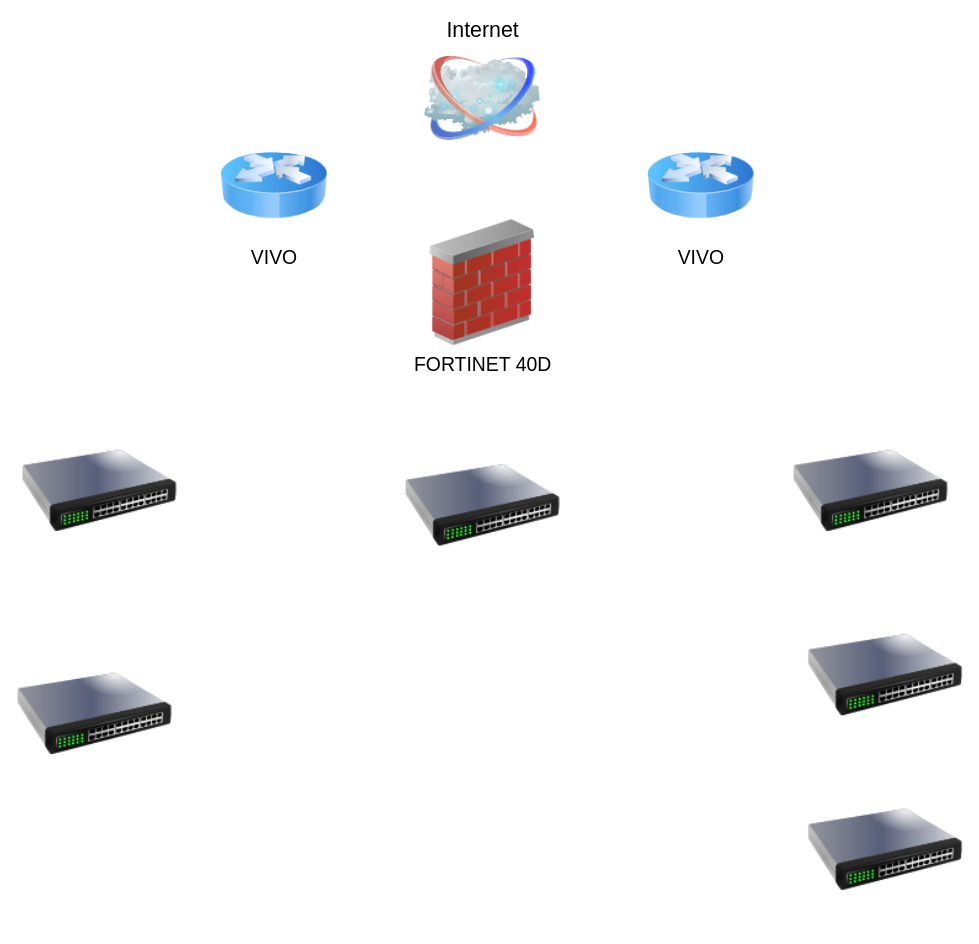
Before: 1002JACANA.drawio.xml in AndradeLeandro/Andrade, a draw.io diagram. Source tidied: cells renumbered, new cells numbered last; positions are measured from the earlier drawing's top-left corner, leaving out a move shared by most shapes. Both pictures are drawn from the tidied source at 97%, with x=0, y=0 at pixel (16, 45).
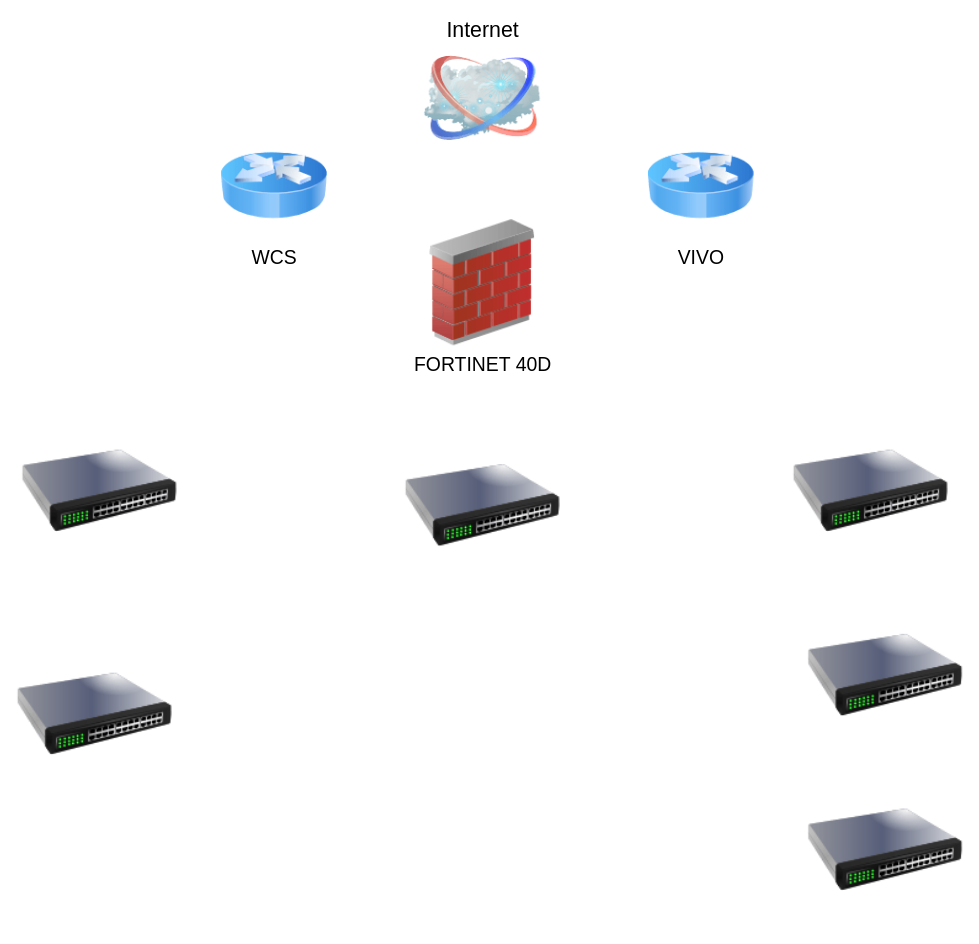
Above is the later version.

The edit, as a diff of the source:
```diff
@@
 <mxGraphModel>
   <root>
     <mxCell id="0" />
     <mxCell id="1" parent="0" />
     <mxCell id="2" value="Internet" style="image;html=1;labelBackgroundColor=#ffffff;image=img/lib/clip_art/networking/Cloud_128x128.png;rounded=1;shadow=0;comic=0;strokeWidth=4;fontSize=22;labelPosition=center;verticalLabelPosition=top;align=center;verticalAlign=bottom;" parent="1" vertex="1">
       <mxGeometry x="420" width="120" height="110" as="geometry" />
     </mxCell>
     <mxCell id="3" value="&lt;span style=&quot;font-size: 20px&quot;&gt;FORTINET 40D&lt;/span&gt;" style="image;html=1;image=img/lib/clip_art/networking/Firewall_02_128x128.png;" parent="1" vertex="1">
       <mxGeometry x="405" y="180" width="150" height="130" as="geometry" />
     </mxCell>
     <mxCell id="4" style="image;html=1;image=img/lib/clip_art/networking/Switch_128x128.png;" parent="1" vertex="1">
       <mxGeometry x="5" y="380" width="160" height="160" as="geometry" />
     </mxCell>
-    <mxCell id="5" value="&lt;font style=&quot;font-size: 20px&quot;&gt;VIVO&lt;/font&gt;" style="image;html=1;image=img/lib/clip_art/networking/Router_Icon_128x128.png;" parent="1" vertex="1">
+    <mxCell id="5" value="&lt;font style=&quot;font-size: 20px&quot;&gt;WCS&lt;/font&gt;" style="image;html=1;image=img/lib/clip_art/networking/Router_Icon_128x128.png;" parent="1" vertex="1">
       <mxGeometry x="210" y="90" width="110" height="110" as="geometry" />
     </mxCell>
     <mxCell id="6" style="image;html=1;image=img/lib/clip_art/networking/Switch_128x128.png;" parent="1" vertex="1">
       <mxGeometry x="400" y="395" width="160" height="160" as="geometry" />
     </mxCell>
     <mxCell id="7" style="image;html=1;image=img/lib/clip_art/networking/Switch_128x128.png;" parent="1" vertex="1">
       <mxGeometry x="800" y="380" width="160" height="160" as="geometry" />
     </mxCell>
     <mxCell id="8" style="image;html=1;image=img/lib/clip_art/networking/Switch_128x128.png;" parent="1" vertex="1">
       <mxGeometry y="610" width="160" height="160" as="geometry" />
     </mxCell>
     <mxCell id="9" style="image;html=1;image=img/lib/clip_art/networking/Switch_128x128.png;" parent="1" vertex="1">
       <mxGeometry x="815" y="570" width="160" height="160" as="geometry" />
     </mxCell>
     <mxCell id="10" style="image;html=1;image=img/lib/clip_art/networking/Switch_128x128.png;" parent="1" vertex="1">
       <mxGeometry x="815" y="750" width="160" height="160" as="geometry" />
     </mxCell>
     <mxCell id="11" value="&lt;font style=&quot;font-size: 20px&quot;&gt;VIVO&lt;/font&gt;" style="image;html=1;image=img/lib/clip_art/networking/Router_Icon_128x128.png;" parent="1" vertex="1">
       <mxGeometry x="650" y="90" width="110" height="110" as="geometry" />
     </mxCell>
   </root>
 </mxGraphModel>
```
